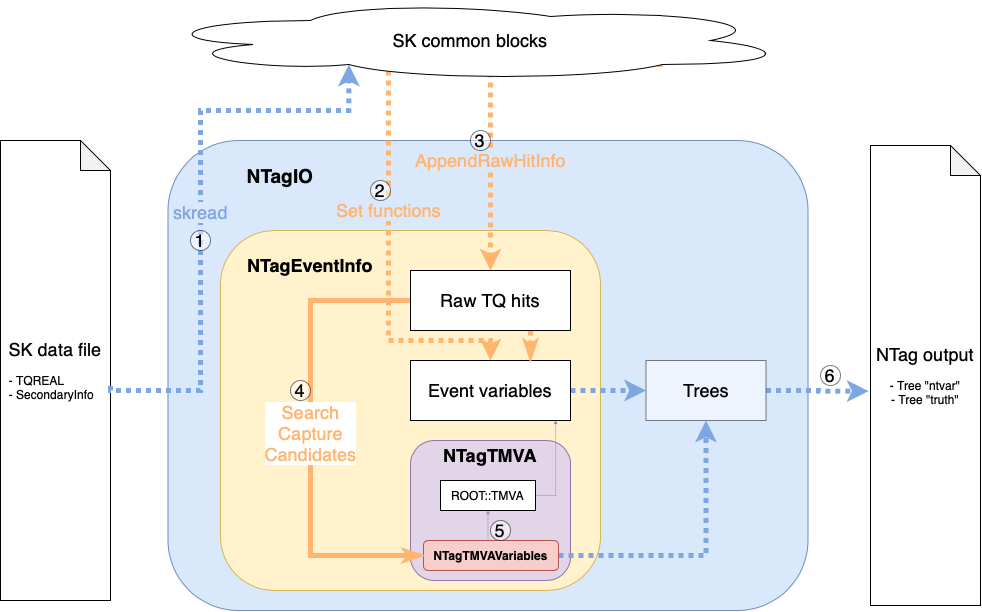
Earlier version of the draw.io export docs/NTag.png (seunghophysics/NTag). Source tidied: cells renumbered, new cells last; positions are measured from the earlier drawing's top-left corner, leaving out a move shared by most shapes.
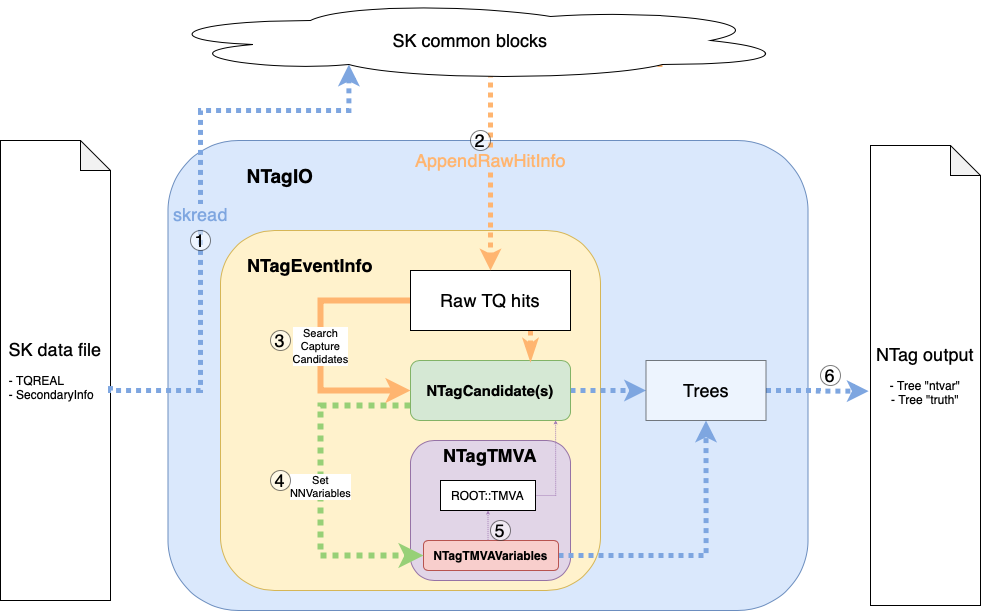
After the commit.

What changed in the source:
```diff
@@ -26,7 +26,18 @@
     <mxCell id="9" style="edgeStyle=orthogonalEdgeStyle;rounded=0;jettySize=auto;html=1;exitX=1;exitY=0.5;exitDx=0;exitDy=0;entryX=0;entryY=0.5;entryDx=0;entryDy=0;dashed=1;dashPattern=1 1;startArrow=none;startFill=0;startSize=6;endArrow=classic;endFill=1;strokeColor=#7EA6E0;strokeWidth=5;" parent="1" edge="1" source="10" target="31">
       <mxGeometry relative="1" as="geometry" />
     </mxCell>
+    <mxCell id="32" style="edgeStyle=orthogonalEdgeStyle;rounded=0;jettySize=auto;html=1;exitX=0;exitY=0.75;exitDx=0;exitDy=0;entryX=0;entryY=0.5;entryDx=0;entryDy=0;strokeWidth=6;strokeColor=#97D077;dashed=1;dashPattern=1 1;" parent="1" edge="1" source="10" target="8">
+      <mxGeometry relative="1" as="geometry">
+        <Array as="points">
+          <mxPoint x="320" y="405" />
+          <mxPoint x="320" y="555" />
+        </Array>
+      </mxGeometry>
+    </mxCell>
+    <mxCell id="33" value="Set&lt;br&gt;NNVariables" style="edgeLabel;html=1;align=center;verticalAlign=middle;" parent="32" vertex="1">
+      <mxGeometry x="-0.01" y="-1" relative="1" as="geometry" />
+    </mxCell>
-    <mxCell id="10" value="&lt;font style=&quot;font-size: 18px&quot;&gt;Event variables&lt;/font&gt;" style="rounded=0;whiteSpace=wrap;html=1;align=center;" parent="1" vertex="1">
+    <mxCell id="10" value="&lt;font size=&quot;1&quot;&gt;&lt;b style=&quot;font-size: 15px&quot;&gt;NTagCandidate(s)&lt;/b&gt;&lt;/font&gt;" style="rounded=1;whiteSpace=wrap;html=1;align=center;fillColor=#d5e8d4;strokeColor=#82b366;" parent="1" vertex="1">
       <mxGeometry x="410" y="360" width="160" height="60" as="geometry" />
     </mxCell>
     <mxCell id="11" style="edgeStyle=orthogonalEdgeStyle;rounded=0;jettySize=auto;html=1;exitX=0.5;exitY=1;exitDx=0;exitDy=0;dashed=1;dashPattern=1 1;startArrow=classic;startFill=1;startSize=1;endArrow=none;endFill=0;endSize=1;strokeColor=#A680B8;strokeWidth=1;entryX=0.478;entryY=0.001;entryDx=0;entryDy=0;entryPerimeter=0;" parent="1" edge="1" source="13" target="8">
@@ -44,17 +55,17 @@
     <mxCell id="15" value="&lt;font style=&quot;font-size: 18px&quot;&gt;SK data file&lt;br&gt;&lt;/font&gt;&lt;br&gt;&lt;div style=&quot;text-align: left&quot;&gt;- TQREAL&lt;/div&gt;&lt;div style=&quot;text-align: left&quot;&gt;- SecondaryInfo&lt;/div&gt;" style="shape=note;whiteSpace=wrap;html=1;backgroundOutline=1;darkOpacity=0.05;" parent="1" vertex="1">
       <mxGeometry y="140" width="110" height="460" as="geometry" />
     </mxCell>
+    <mxCell id="17" style="edgeStyle=orthogonalEdgeStyle;rounded=0;jettySize=auto;html=1;exitX=0.75;exitY=1;exitDx=0;exitDy=0;entryX=0.75;entryY=0;entryDx=0;entryDy=0;dashed=1;dashPattern=1 1;startArrow=none;startFill=0;endArrow=classicThin;endFill=1;strokeColor=#FFB570;strokeWidth=5;" parent="1" edge="1" source="18" target="10">
+      <mxGeometry relative="1" as="geometry" />
+    </mxCell>
-    <mxCell id="16" value="&lt;font style=&quot;font-size: 18px ; background-color: rgb(255 , 255 , 255)&quot; color=&quot;#ffb570&quot;&gt;Search&lt;br&gt;Capture&lt;br&gt;Candidates&lt;/font&gt;" style="edgeStyle=orthogonalEdgeStyle;rounded=0;jettySize=auto;html=1;exitX=0;exitY=0.5;exitDx=0;exitDy=0;entryX=0;entryY=0.5;entryDx=0;entryDy=0;startArrow=none;startFill=0;endArrow=classicThin;endFill=1;strokeWidth=5;strokeColor=#FFB570;" parent="1" edge="1" source="18" target="8">
+    <mxCell id="16" value="Search&lt;br&gt;Capture&lt;br&gt;Candidates" style="edgeStyle=orthogonalEdgeStyle;rounded=0;jettySize=auto;html=1;exitX=0;exitY=0.5;exitDx=0;exitDy=0;entryX=0;entryY=0.5;entryDx=0;entryDy=0;strokeWidth=6;strokeColor=#FFB570;" parent="1" edge="1" source="18" target="10">
       <mxGeometry relative="1" as="geometry">
         <Array as="points">
-          <mxPoint x="310" y="300" />
-          <mxPoint x="310" y="555" />
+          <mxPoint x="320" y="300" />
+          <mxPoint x="320" y="390" />
         </Array>
       </mxGeometry>
     </mxCell>
-    <mxCell id="17" style="edgeStyle=orthogonalEdgeStyle;rounded=0;jettySize=auto;html=1;exitX=0.75;exitY=1;exitDx=0;exitDy=0;entryX=0.75;entryY=0;entryDx=0;entryDy=0;dashed=1;dashPattern=1 1;startArrow=none;startFill=0;endArrow=classicThin;endFill=1;strokeColor=#FFB570;strokeWidth=5;" parent="1" edge="1" source="18" target="10">
-      <mxGeometry relative="1" as="geometry" />
-    </mxCell>
     <mxCell id="18" value="&lt;font style=&quot;font-size: 18px&quot;&gt;Raw TQ hits&lt;/font&gt;" style="rounded=0;whiteSpace=wrap;html=1;align=center;" parent="1" vertex="1">
       <mxGeometry x="410" y="270" width="160" height="60" as="geometry" />
     </mxCell>
@@ -65,15 +76,6 @@
         </Array>
       </mxGeometry>
     </mxCell>
-    <mxCell id="20" value="&lt;font style=&quot;font-size: 18px ; background-color: rgb(218 , 232 , 252)&quot; color=&quot;#ffb570&quot;&gt;Set functions&lt;/font&gt;" style="edgeStyle=orthogonalEdgeStyle;rounded=0;jettySize=auto;html=1;exitX=0.8;exitY=0.8;exitDx=0;exitDy=0;exitPerimeter=0;entryX=0.5;entryY=0;entryDx=0;entryDy=0;dashed=1;startArrow=none;startFill=0;startSize=1;endArrow=classic;endFill=1;endSize=6;strokeColor=#FFB570;strokeWidth=5;dashPattern=1 1;" parent="1" edge="1" source="22" target="10">
-      <mxGeometry x="0.25" relative="1" as="geometry">
-        <Array as="points">
-          <mxPoint x="388" y="64" />
-          <mxPoint x="388" y="340" />
-          <mxPoint x="490" y="340" />
-        </Array>
-      </mxGeometry>
-    </mxCell>
     <mxCell id="21" value="&lt;font style=&quot;font-size: 18px ; background-color: rgb(218 , 232 , 252)&quot; color=&quot;#7ea6e0&quot;&gt;skread&lt;/font&gt;" style="edgeStyle=orthogonalEdgeStyle;rounded=0;jettySize=auto;html=1;exitX=0.31;exitY=0.8;exitDx=0;exitDy=0;exitPerimeter=0;dashed=1;startArrow=classic;startFill=1;startSize=6;endArrow=none;endFill=0;endSize=6;strokeColor=#7EA6E0;strokeWidth=5;dashPattern=1 1;entryX=0;entryY=0;entryDx=110;entryDy=245.00000000000003;entryPerimeter=0;" parent="1" edge="1" source="22" target="15">
       <mxGeometry x="0.04" relative="1" as="geometry">
         <Array as="points">
@@ -96,14 +98,11 @@
     <mxCell id="25" value="1" style="ellipse;whiteSpace=wrap;html=1;fontSize=18;opacity=50;" parent="1" vertex="1">
       <mxGeometry x="190" y="230" width="20" height="20" as="geometry" />
     </mxCell>
-    <mxCell id="26" value="2" style="ellipse;whiteSpace=wrap;html=1;fontSize=18;opacity=50;" parent="1" vertex="1">
-      <mxGeometry x="370" y="180" width="20" height="20" as="geometry" />
-    </mxCell>
-    <mxCell id="27" value="3" style="ellipse;whiteSpace=wrap;html=1;fontSize=18;opacity=50;" parent="1" vertex="1">
+    <mxCell id="27" value="2" style="ellipse;whiteSpace=wrap;html=1;fontSize=18;opacity=50;" parent="1" vertex="1">
       <mxGeometry x="470" y="130" width="20" height="20" as="geometry" />
     </mxCell>
-    <mxCell id="28" value="4" style="ellipse;whiteSpace=wrap;html=1;fontSize=18;opacity=50;" parent="1" vertex="1">
-      <mxGeometry x="290" y="380" width="20" height="20" as="geometry" />
+    <mxCell id="28" value="3" style="ellipse;whiteSpace=wrap;html=1;fontSize=18;opacity=50;" parent="1" vertex="1">
+      <mxGeometry x="270" y="330" width="20" height="20" as="geometry" />
     </mxCell>
     <mxCell id="29" value="5" style="ellipse;whiteSpace=wrap;html=1;fontSize=18;opacity=50;" parent="1" vertex="1">
       <mxGeometry x="490" y="520" width="20" height="20" as="geometry" />
@@ -114,5 +113,8 @@
     <mxCell id="31" value="&lt;font style=&quot;font-size: 18px&quot;&gt;Trees&lt;/font&gt;" style="rounded=0;whiteSpace=wrap;html=1;opacity=50;fillColor=#FFFFFF;" parent="1" vertex="1">
       <mxGeometry x="645.5" y="360" width="120" height="60" as="geometry" />
     </mxCell>
+    <mxCell id="34" value="4" style="ellipse;whiteSpace=wrap;html=1;fontSize=18;opacity=50;" parent="1" vertex="1">
+      <mxGeometry x="270" y="470" width="20" height="20" as="geometry" />
+    </mxCell>
   </root>
 </mxGraphModel>
```
